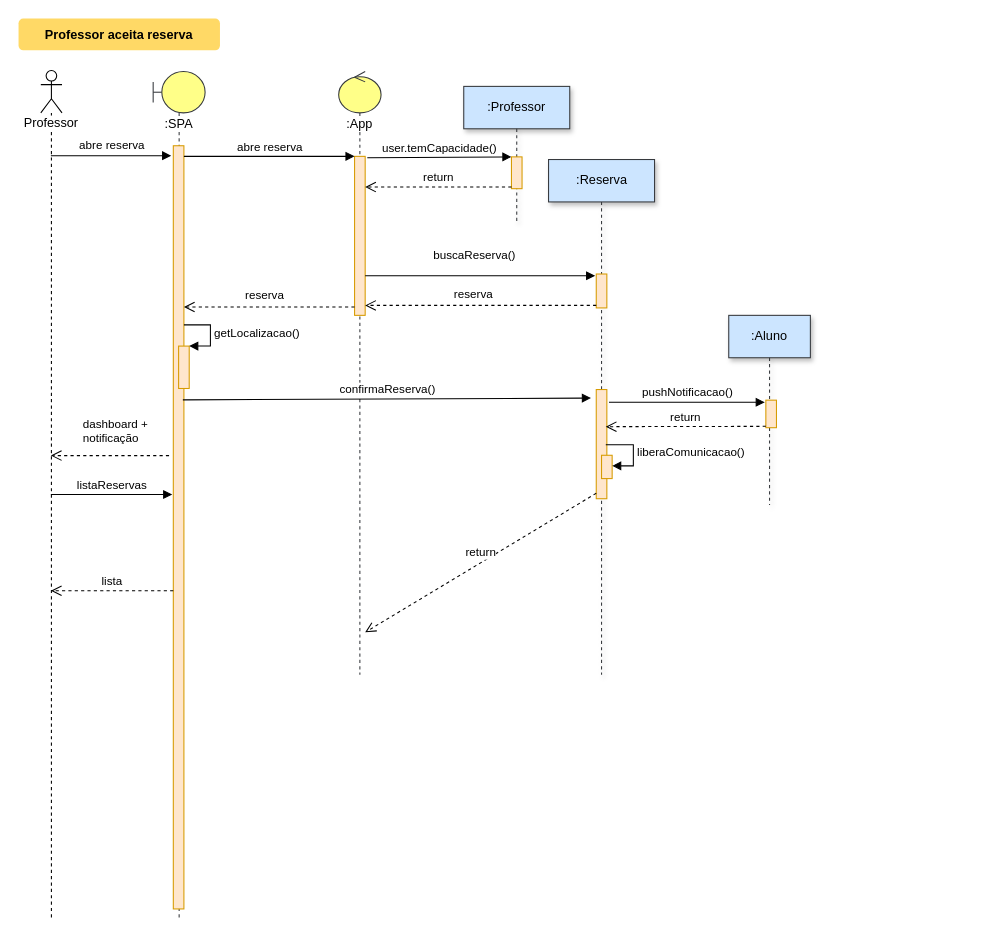
Before: professor_efetua_checkin.drawio in Neandertals/personal, a draw.io diagram. Source tidied: cells renumbered, new cells numbered last; positions are measured from the earlier drawing's top-left corner, leaving out a move shared by most shapes. Both pictures are drawn from the tidied source at 106%, with x=0, y=0 at pixel (18, 18).
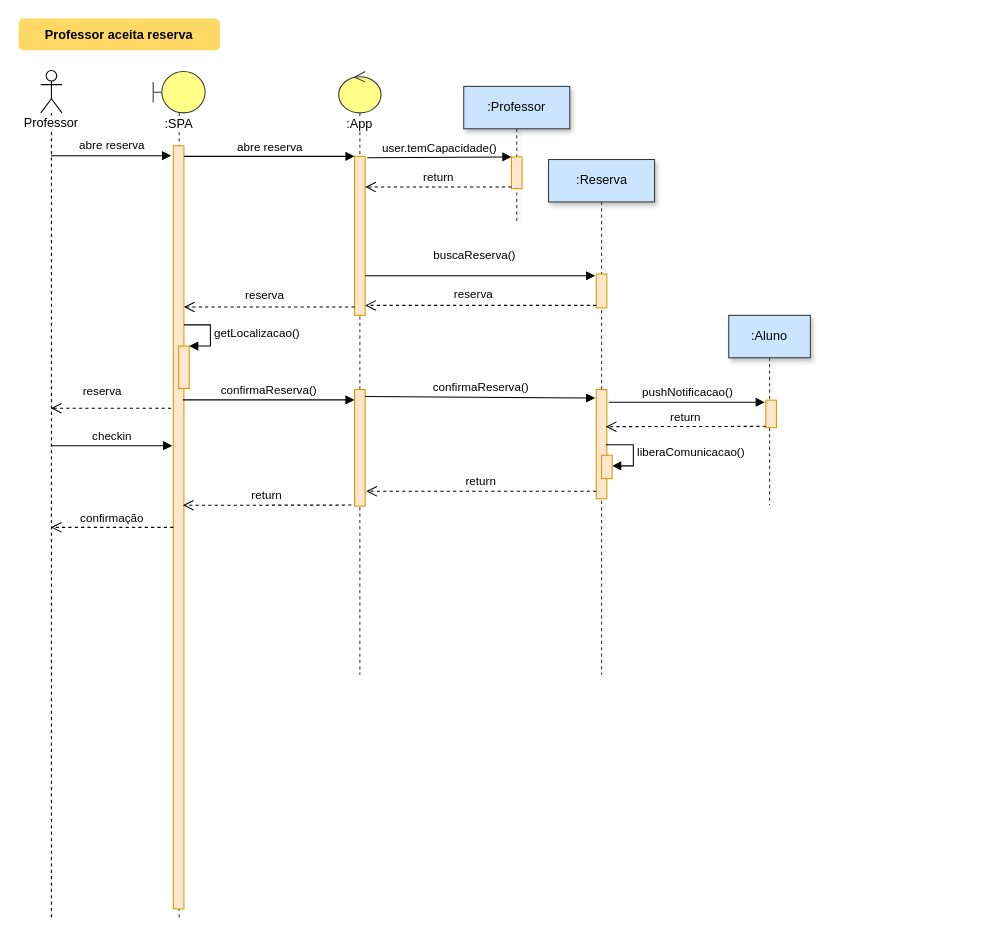
After the change.

Unchanged cells that the change refers to:
```xml
<mxCell id="4" style="html=1;points=[];perimeter=orthogonalPerimeter;fillColor=#ffe6cc;strokeColor=#d79b00;" parent="3" vertex="1">
  <mxGeometry x="19" y="70" width="10" height="720" as="geometry" />
</mxCell>
<mxCell id="5" value="Professor" style="shape=umlLifeline;participant=umlActor;perimeter=lifelinePerimeter;whiteSpace=wrap;html=1;verticalAlign=top;spacingTop=36;labelBackgroundColor=#ffffff;outlineConnect=0;" parent="1" vertex="1">
  <mxGeometry x="21" y="49" width="20" height="800" as="geometry" />
</mxCell>
<mxCell id="6" value=":App" style="shape=umlLifeline;participant=umlControl;perimeter=lifelinePerimeter;whiteSpace=wrap;html=1;verticalAlign=top;spacingTop=36;labelBackgroundColor=#ffffff;size=39;fillColor=#ffff88;strokeColor=#36393d;" parent="1" vertex="1">
  <mxGeometry x="302" y="50" width="40" height="569" as="geometry" />
</mxCell>
<mxCell id="17" style="html=1;points=[];perimeter=orthogonalPerimeter;strokeColor=#d79b00;fillColor=#ffe6cc;" parent="15" vertex="1">
  <mxGeometry x="45" y="217" width="10" height="103" as="geometry" />
</mxCell>
```

Change to the diagram source:
```diff
@@
+    <mxCell id="34" style="html=1;points=[];perimeter=orthogonalPerimeter;fillColor=#ffe6cc;strokeColor=#d79b00;" parent="6" vertex="1">
+      <mxGeometry x="15" y="300" width="10" height="110" as="geometry" />
+    </mxCell>
@@
-    <mxCell id="10" value="dashboard + &lt;br&gt;notificação" style="html=1;verticalAlign=bottom;endArrow=open;dashed=1;endSize=8;exitX=-0.4;exitY=0.406;exitDx=0;exitDy=0;exitPerimeter=0;align=left;" parent="1" edge="1" source="4" target="5">
+    <mxCell id="10" value="reserva" style="html=1;verticalAlign=bottom;endArrow=open;dashed=1;endSize=8;align=left;exitX=-0.2;exitY=0.344;exitDx=0;exitDy=0;exitPerimeter=0;" parent="1" edge="1" source="4" target="5">
       <mxGeometry x="0.49" y="-7" relative="1" as="geometry" />
     </mxCell>
@@
-    <mxCell id="19" value="listaReservas" style="html=1;verticalAlign=bottom;endArrow=block;" parent="1" edge="1" source="5">
-      <mxGeometry relative="1" as="geometry">
-        <mxPoint x="145" y="449" as="targetPoint" />
-      </mxGeometry>
+    <mxCell id="19" value="checkin" style="html=1;verticalAlign=bottom;endArrow=block;entryX=-0.1;entryY=0.393;entryDx=0;entryDy=0;entryPerimeter=0;" parent="1" edge="1" source="5" target="4">
+      <mxGeometry relative="1" as="geometry" />
     </mxCell>
@@
-    <mxCell id="21" value="lista" style="html=1;verticalAlign=bottom;endArrow=open;dashed=1;endSize=8;exitX=0;exitY=0.583;exitDx=0;exitDy=0;exitPerimeter=0;" parent="1" edge="1" source="4" target="5">
+    <mxCell id="21" value="confirmação" style="html=1;verticalAlign=bottom;endArrow=open;dashed=1;endSize=8;" parent="1" edge="1" source="4" target="5">
       <mxGeometry relative="1" as="geometry" />
     </mxCell>
@@
-    <mxCell id="28" value="confirmaReserva()" style="html=1;verticalAlign=bottom;endArrow=block;exitX=0.9;exitY=0.333;exitDx=0;exitDy=0;exitPerimeter=0;entryX=-0.5;entryY=0.078;entryDx=0;entryDy=0;entryPerimeter=0;" parent="1" edge="1" source="4" target="17">
+    <mxCell id="28" value="confirmaReserva()" style="html=1;verticalAlign=bottom;endArrow=block;exitX=0.9;exitY=0.333;exitDx=0;exitDy=0;exitPerimeter=0;" parent="1" edge="1" source="4" target="34">
       <mxGeometry relative="1" as="geometry" />
     </mxCell>
-    <mxCell id="29" value="return" style="html=1;verticalAlign=bottom;endArrow=open;dashed=1;endSize=8;exitX=0;exitY=0.95;" parent="1" edge="1" source="17">
+    <mxCell id="29" value="return" style="html=1;verticalAlign=bottom;endArrow=open;dashed=1;endSize=8;entryX=1.1;entryY=0.873;entryDx=0;entryDy=0;entryPerimeter=0;" parent="1" edge="1" target="34">
       <mxGeometry relative="1" as="geometry">
-        <mxPoint x="327" y="579" as="targetPoint" />
+        <mxPoint x="545" y="446" as="sourcePoint" />
       </mxGeometry>
     </mxCell>
@@
+    <mxCell id="35" value="confirmaReserva()" style="html=1;verticalAlign=bottom;endArrow=block;entryX=-0.1;entryY=0.078;entryDx=0;entryDy=0;entryPerimeter=0;exitX=1;exitY=0.06;exitDx=0;exitDy=0;exitPerimeter=0;" parent="1" edge="1" source="34" target="17">
+      <mxGeometry relative="1" as="geometry" />
+    </mxCell>
+    <mxCell id="36" value="return" style="html=1;verticalAlign=bottom;endArrow=open;dashed=1;endSize=8;entryX=0.9;entryY=0.471;entryDx=0;entryDy=0;entryPerimeter=0;" parent="1" edge="1" target="4">
+      <mxGeometry relative="1" as="geometry">
+        <mxPoint x="314" y="459" as="sourcePoint" />
+      </mxGeometry>
+    </mxCell>
```
